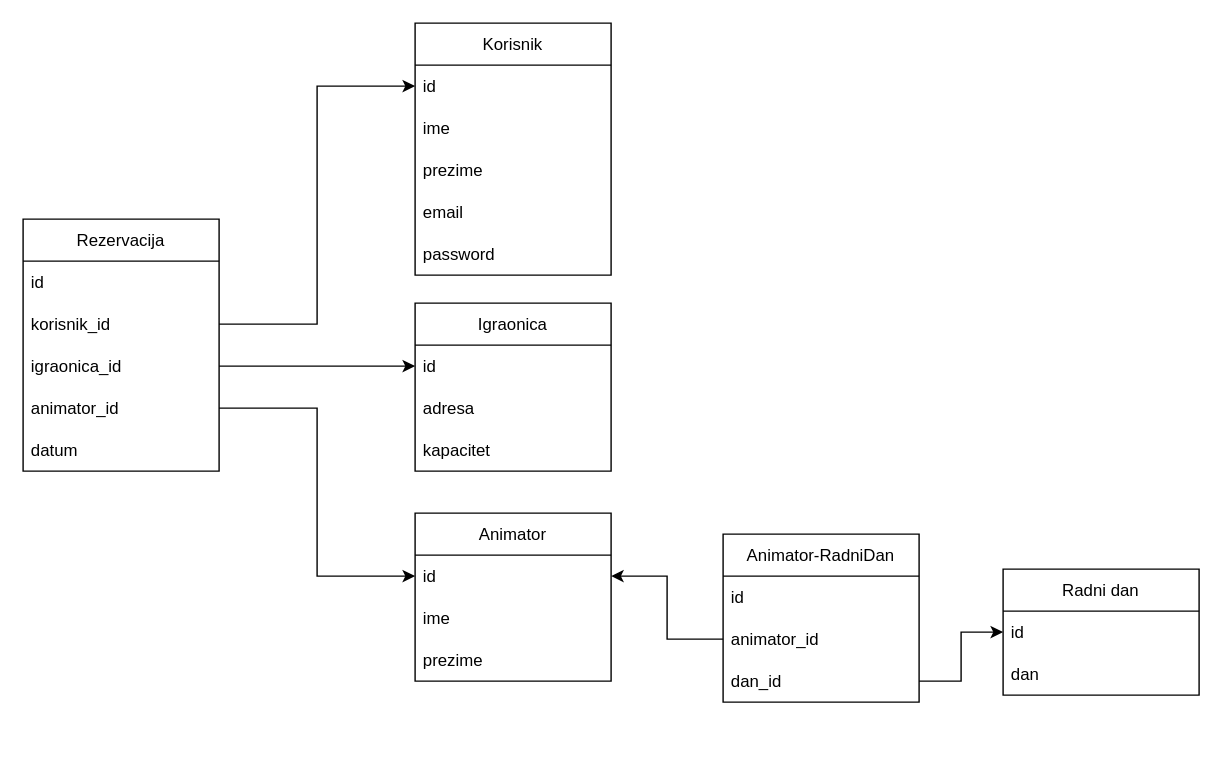
This is baza.drawio from Milan-Djuric-49/maturski_rad_igraonica, a draw.io file, before an edit. Source tidied: cells renumbered, new cells numbered last; positions are measured from the earlier drawing's top-left corner, leaving out a move shared by most shapes. Both pictures are drawn from the tidied source at 140%, with x=0, y=0 at pixel (22, 22).
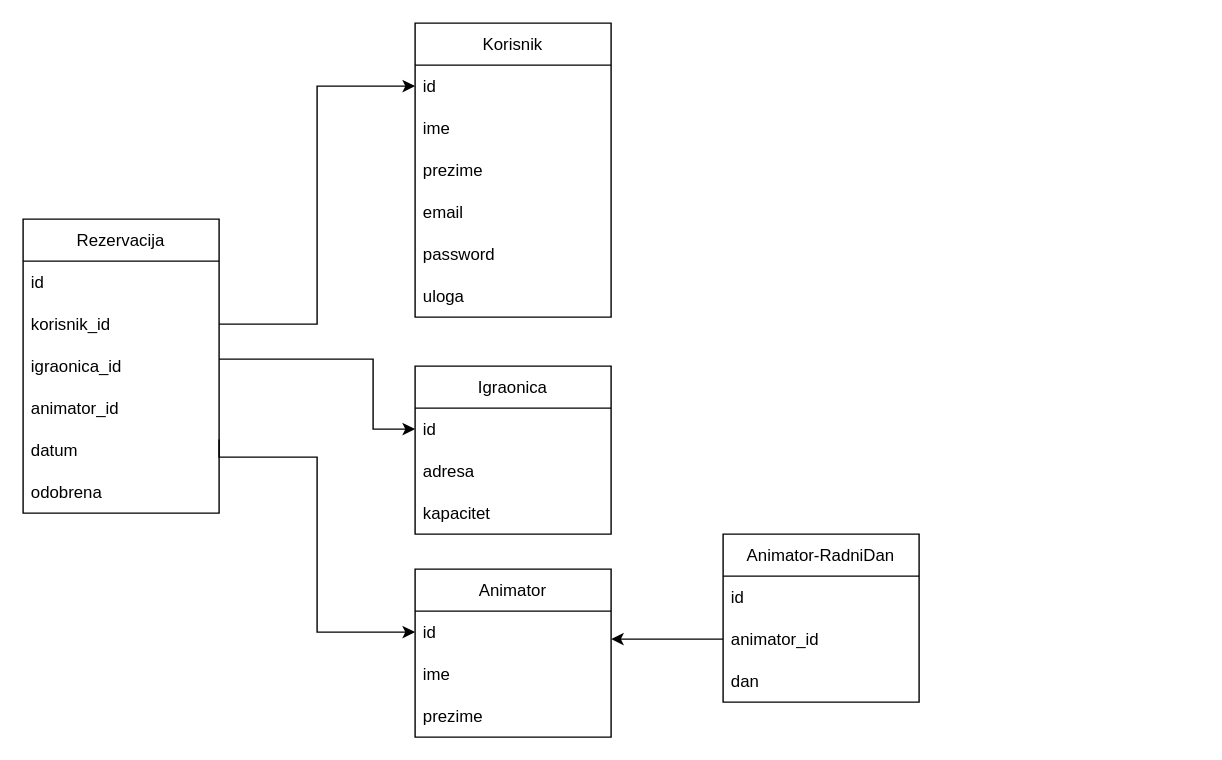
Above is the later version.

The change refers to these unchanged cells:
```xml
<mxCell id="6" value="igraonica_id" style="text;strokeColor=none;fillColor=none;align=left;verticalAlign=middle;spacingLeft=4;spacingRight=4;overflow=hidden;points=[[0,0.5],[1,0.5]];portConstraint=eastwest;" parent="3" vertex="1">
  <mxGeometry y="90" width="140" height="30" as="geometry" />
</mxCell>
<mxCell id="10" value="id" style="text;strokeColor=none;fillColor=none;align=left;verticalAlign=middle;spacingLeft=4;spacingRight=4;overflow=hidden;points=[[0,0.5],[1,0.5]];portConstraint=eastwest;" parent="9" vertex="1">
  <mxGeometry y="30" width="140" height="30" as="geometry" />
</mxCell>
<mxCell id="14" value="id" style="text;strokeColor=none;fillColor=none;align=left;verticalAlign=middle;spacingLeft=4;spacingRight=4;overflow=hidden;points=[[0,0.5],[1,0.5]];portConstraint=eastwest;" parent="13" vertex="1">
  <mxGeometry y="30" width="140" height="30" as="geometry" />
</mxCell>
<mxCell id="28" value="Animator-RadniDan" style="swimlane;fontStyle=0;horizontal=1;startSize=30;" parent="1" vertex="1">
  <mxGeometry x="500" y="365" width="140" height="120" as="geometry" />
</mxCell>
<mxCell id="30" value="animator_id" style="text;strokeColor=none;fillColor=none;align=left;verticalAlign=middle;spacingLeft=4;spacingRight=4;overflow=hidden;points=[[0,0.5],[1,0.5]];portConstraint=eastwest;" parent="28" vertex="1">
  <mxGeometry y="60" width="140" height="30" as="geometry" />
</mxCell>
```

Diff of the diagram source:
```diff
@@
     <mxCell id="2" style="edgeStyle=orthogonalEdgeStyle;rounded=0;jettySize=auto;html=1;exitX=1;exitY=0.75;exitDx=0;exitDy=0;" parent="1" edge="1" source="3" target="10">
-      <mxGeometry relative="1" as="geometry" />
+      <mxGeometry relative="1" as="geometry">
+        <Array as="points">
+          <mxPoint x="140" y="310" />
+          <mxPoint x="210" y="310" />
+          <mxPoint x="210" y="435" />
+        </Array>
+      </mxGeometry>
     </mxCell>
     <mxCell id="3" value="Rezervacija" style="swimlane;fontStyle=0;horizontal=1;startSize=30;" parent="1" vertex="1">
-      <mxGeometry y="140" width="140" height="180" as="geometry" />
+      <mxGeometry y="140" width="140" height="210" as="geometry" />
     </mxCell>
@@
+    <mxCell id="34" value="odobrena" style="text;strokeColor=none;fillColor=none;align=left;verticalAlign=middle;spacingLeft=4;spacingRight=4;overflow=hidden;" parent="3" vertex="1">
+      <mxGeometry y="180" width="140" height="30" as="geometry" />
+    </mxCell>
     <mxCell id="9" value="Animator" style="swimlane;fontStyle=0;horizontal=1;startSize=30;" parent="1" vertex="1">
-      <mxGeometry x="280" y="350" width="140" height="120" as="geometry" />
+      <mxGeometry x="280" y="390" width="140" height="120" as="geometry" />
     </mxCell>
@@
     <mxCell id="13" value="Igraonica" style="swimlane;fontStyle=0;horizontal=1;startSize=30;" parent="1" vertex="1">
-      <mxGeometry x="280" y="200" width="140" height="120" as="geometry" />
+      <mxGeometry x="280" y="245" width="140" height="120" as="geometry" />
     </mxCell>
@@
     <mxCell id="18" style="edgeStyle=orthogonalEdgeStyle;rounded=0;jettySize=auto;html=1;entryX=0;entryY=0.5;entryDx=0;entryDy=0;" parent="1" edge="1" source="6" target="14">
-      <mxGeometry relative="1" as="geometry" />
+      <mxGeometry relative="1" as="geometry">
+        <Array as="points">
+          <mxPoint x="250" y="240" />
+          <mxPoint x="250" y="290" />
+        </Array>
+      </mxGeometry>
     </mxCell>
     <mxCell id="19" value="Korisnik" style="swimlane;fontStyle=0;horizontal=1;startSize=30;" parent="1" vertex="1">
-      <mxGeometry x="280" width="140" height="180" as="geometry" />
+      <mxGeometry x="280" width="140" height="210" as="geometry" />
     </mxCell>
@@
-    <mxCell id="25" value="Radni dan" style="swimlane;fontStyle=0;horizontal=1;startSize=30;" parent="1" vertex="1">
-      <mxGeometry x="700" y="390" width="140" height="90" as="geometry" />
-    </mxCell>
-    <mxCell id="26" value="id" style="text;strokeColor=none;fillColor=none;align=left;verticalAlign=middle;spacingLeft=4;spacingRight=4;overflow=hidden;points=[[0,0.5],[1,0.5]];portConstraint=eastwest;" parent="25" vertex="1">
-      <mxGeometry y="30" width="140" height="30" as="geometry" />
-    </mxCell>
-    <mxCell id="27" value="dan" style="text;strokeColor=none;fillColor=none;align=left;verticalAlign=middle;spacingLeft=4;spacingRight=4;overflow=hidden;" parent="25" vertex="1">
-      <mxGeometry y="60" width="140" height="30" as="geometry" />
-    </mxCell>
+    <mxCell id="35" value="uloga" style="text;strokeColor=none;fillColor=none;align=left;verticalAlign=middle;spacingLeft=4;spacingRight=4;overflow=hidden;" parent="19" vertex="1">
+      <mxGeometry y="180" width="140" height="30" as="geometry" />
+    </mxCell>
@@
-    <mxCell id="31" value="dan_id" style="text;strokeColor=none;fillColor=none;align=left;verticalAlign=middle;spacingLeft=4;spacingRight=4;overflow=hidden;points=[[0,0.5],[1,0.5]];portConstraint=eastwest;" parent="28" vertex="1">
+    <mxCell id="31" value="dan" style="text;strokeColor=none;fillColor=none;align=left;verticalAlign=middle;spacingLeft=4;spacingRight=4;overflow=hidden;points=[[0,0.5],[1,0.5]];portConstraint=eastwest;" parent="28" vertex="1">
       <mxGeometry y="90" width="140" height="30" as="geometry" />
     </mxCell>
-    <mxCell id="32" style="edgeStyle=orthogonalEdgeStyle;rounded=0;jettySize=auto;html=1;entryX=0;entryY=0.5;entryDx=0;entryDy=0;" parent="1" edge="1" source="31" target="26">
-      <mxGeometry relative="1" as="geometry" />
-    </mxCell>
     <mxCell id="33" style="edgeStyle=orthogonalEdgeStyle;rounded=0;jettySize=auto;html=1;" parent="1" edge="1" source="30" target="10">
-      <mxGeometry relative="1" as="geometry" />
+      <mxGeometry relative="1" as="geometry">
+        <Array as="points">
+          <mxPoint x="440" y="440" />
+          <mxPoint x="440" y="440" />
+        </Array>
+      </mxGeometry>
     </mxCell>
```
